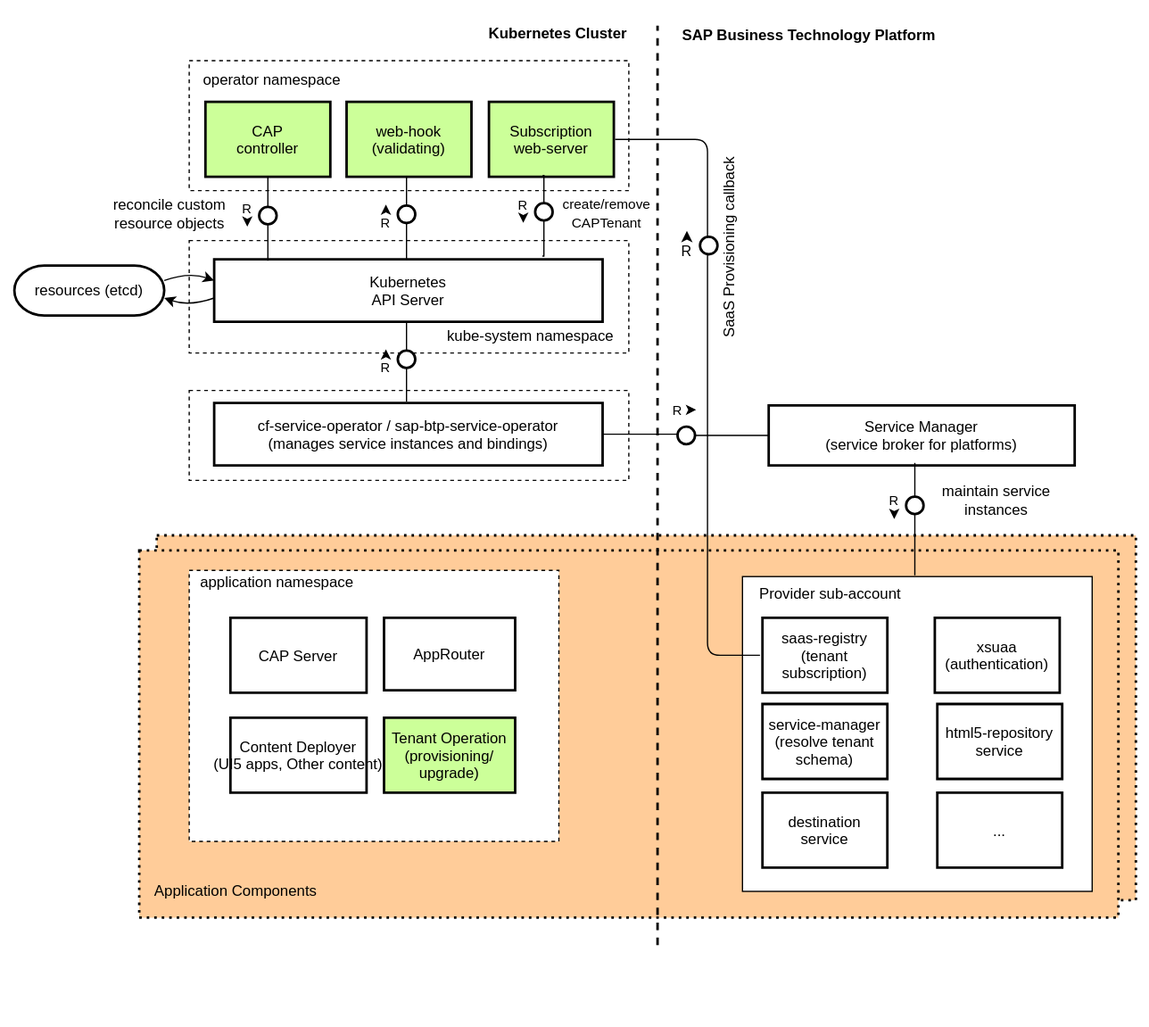
This is website/static/img/block-cluster.drawio.svg from SAP/cap-operator, a draw.io export, as it was before one commit. Source tidied: cells renumbered, new cells last; positions are measured from the earlier drawing's top-left corner, leaving out a move shared by most shapes.
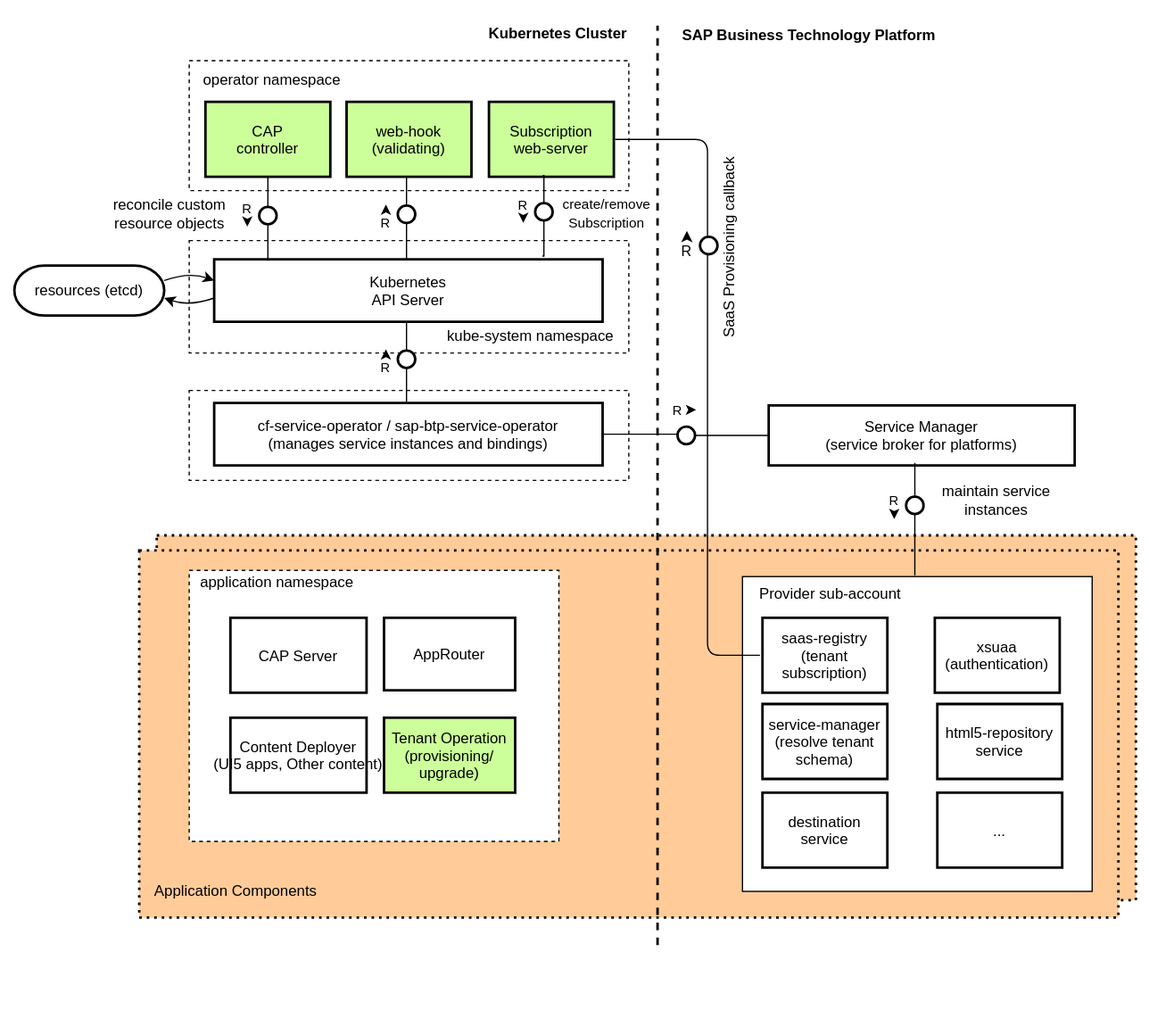
Later version of the same file.

Change to the diagram source:
```diff
@@ -98,7 +98,7 @@
         <mxPoint x="515" y="10" as="targetPoint" />
       </mxGeometry>
     </mxCell>
-    <mxCell id="33" value="&lt;font style=&quot;font-size: 11px;&quot;&gt;create/remove&lt;br&gt;CAPTenant&lt;/font&gt;" style="text;html=1;align=center;verticalAlign=middle;strokeColor=none;" parent="1" vertex="1">
+    <mxCell id="33" value="&lt;font style=&quot;font-size: 11px;&quot;&gt;create/remove&lt;br&gt;Subscription&lt;/font&gt;" style="text;html=1;align=center;verticalAlign=middle;strokeColor=none;" parent="1" vertex="1">
       <mxGeometry x="428" y="135" width="91" height="49" as="geometry" />
     </mxCell>
     <mxCell id="34" value="reconcile custom &lt;br&gt;resource objects" style="text;html=1;align=center;verticalAlign=middle;strokeColor=none;" parent="1" vertex="1">
```
